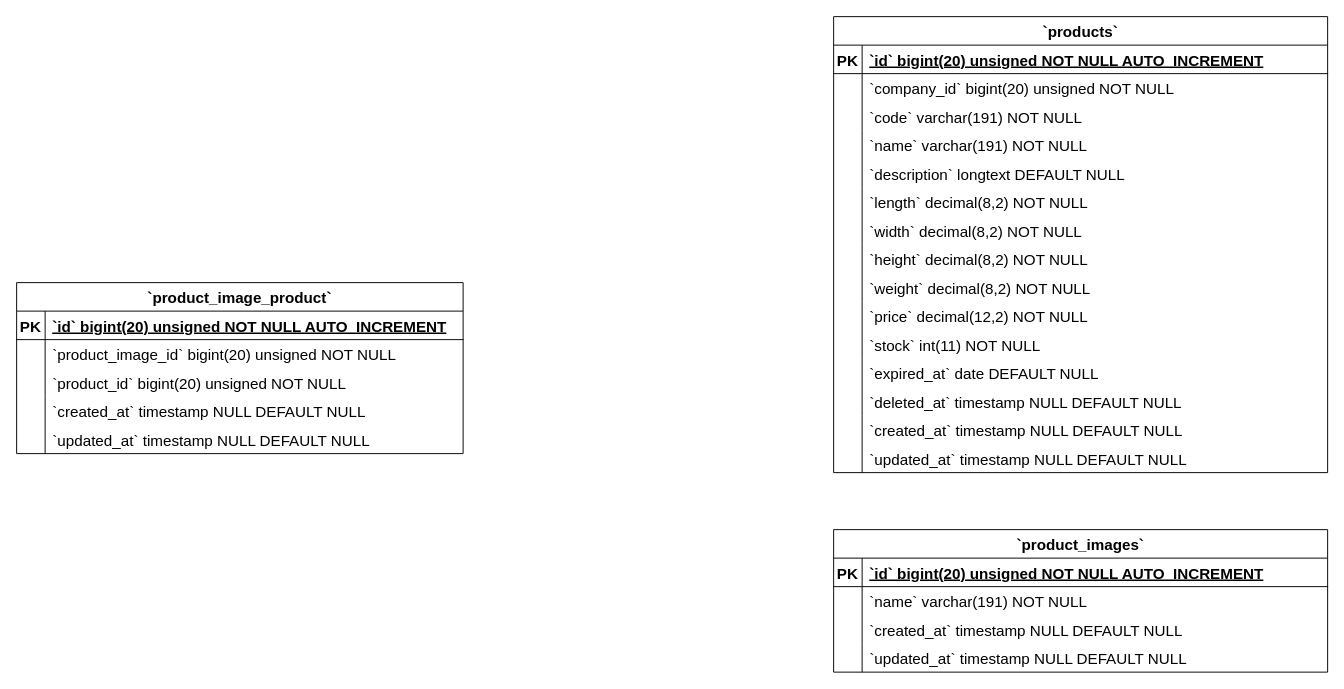
Simasco/diagram keeps this draw.io diagram as Product Image Product ERD Diagram.drawio. Above is the earlier version. Source tidied: cells renumbered, new cells numbered last; positions are measured from the earlier drawing's top-left corner, leaving out a move shared by most shapes. Both pictures are drawn from the tidied source at 95%, with x=0, y=0 at pixel (16, 16).
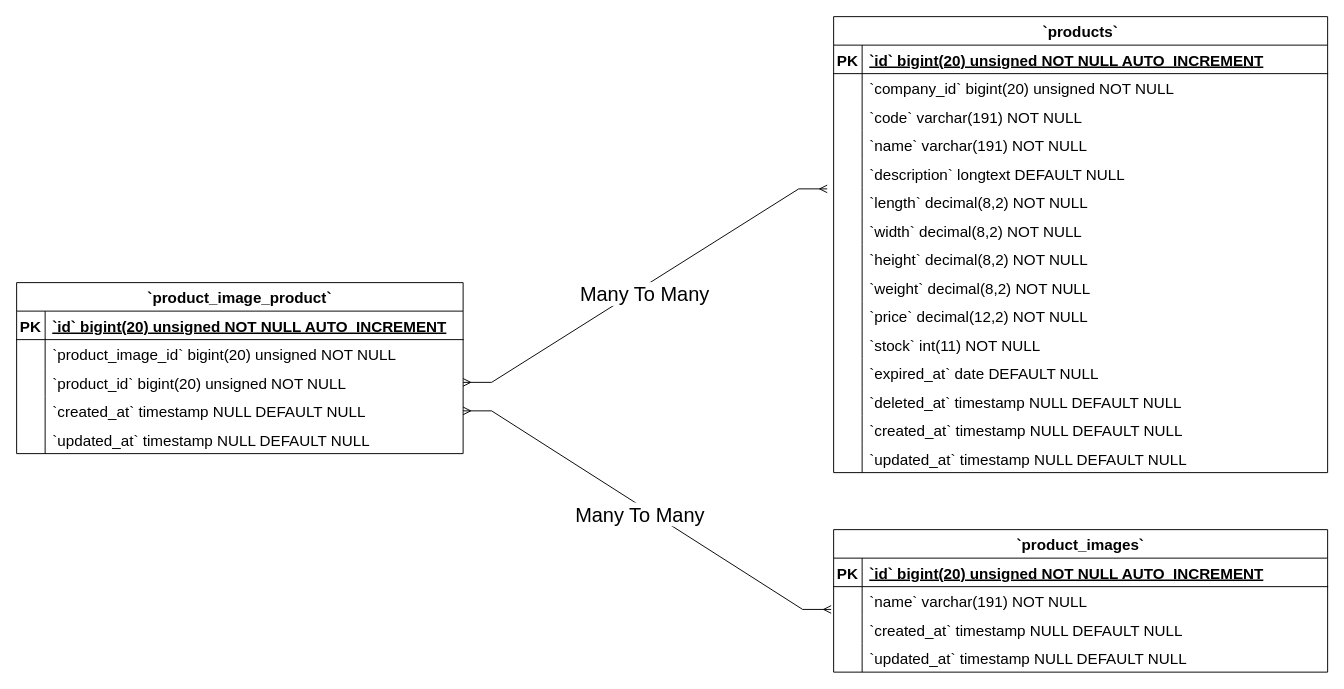
After the change.

The change refers to these unchanged cells:
```xml
<mxCell id="9" style="shape=tableRow;horizontal=0;startSize=0;swimlaneHead=0;swimlaneBody=0;fillColor=none;points=[[0,0.5],[1,0.5]];portConstraint=eastwest;strokeColor=inherit;top=0;left=0;right=0;bottom=0;fontSize=16;" parent="2" vertex="1">
  <mxGeometry y="90" width="520" height="30" as="geometry" />
</mxCell>
<mxCell id="22" style="shape=tableRow;horizontal=0;startSize=0;swimlaneHead=0;swimlaneBody=0;fillColor=none;points=[[0,0.5],[1,0.5]];portConstraint=eastwest;strokeColor=inherit;top=0;left=0;right=0;bottom=0;fontSize=16;" parent="15" vertex="1">
  <mxGeometry y="90" width="470" height="30" as="geometry" />
</mxCell>
<mxCell id="25" style="shape=tableRow;horizontal=0;startSize=0;swimlaneHead=0;swimlaneBody=0;fillColor=none;points=[[0,0.5],[1,0.5]];portConstraint=eastwest;strokeColor=inherit;top=0;left=0;right=0;bottom=0;fontSize=16;" parent="15" vertex="1">
  <mxGeometry y="120" width="470" height="30" as="geometry" />
</mxCell>
<mxCell id="47" style="shape=tableRow;horizontal=0;startSize=0;swimlaneHead=0;swimlaneBody=0;fillColor=none;points=[[0,0.5],[1,0.5]];portConstraint=eastwest;strokeColor=inherit;top=0;left=0;right=0;bottom=0;fontSize=16;" parent="31" vertex="1">
  <mxGeometry y="180" width="520" height="30" as="geometry" />
</mxCell>
```

The edit, as a diff of the source:
```diff
@@
+    <mxCell id="77" style="edgeStyle=entityRelationEdgeStyle;fontSize=12;html=1;endArrow=ERmany;startArrow=ERmany;rounded=0;exitX=1;exitY=0.5;exitDx=0;exitDy=0;entryX=-0.013;entryY=0.044;entryDx=0;entryDy=0;entryPerimeter=0;" parent="1" edge="1" source="22" target="47">
+      <mxGeometry relative="1" as="geometry" />
+    </mxCell>
+    <mxCell id="78" value="Many To Many" style="edgeLabel;html=1;align=center;verticalAlign=middle;fontSize=21;" parent="77" vertex="1">
+      <mxGeometry x="-0.02" y="-7" relative="1" as="geometry">
+        <mxPoint x="-1" as="offset" />
+      </mxGeometry>
+    </mxCell>
+    <mxCell id="79" style="edgeStyle=entityRelationEdgeStyle;fontSize=12;html=1;endArrow=ERmany;startArrow=ERmany;rounded=0;exitX=1;exitY=0.5;exitDx=0;exitDy=0;entryX=-0.005;entryY=-0.2;entryDx=0;entryDy=0;entryPerimeter=0;" parent="1" edge="1" source="25" target="9">
+      <mxGeometry relative="1" as="geometry" />
+    </mxCell>
+    <mxCell id="80" value="Many To Many" style="edgeLabel;html=1;align=center;verticalAlign=middle;fontSize=21;" parent="79" vertex="1">
+      <mxGeometry x="-0.02" y="-7" relative="1" as="geometry">
+        <mxPoint x="-1" as="offset" />
+      </mxGeometry>
+    </mxCell>
```
